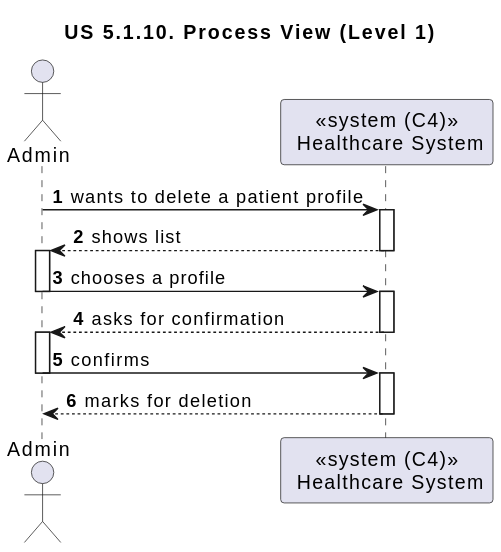
Above: docs/sprint-1/1220738/us-5.1.10/Diagrams/Views/process-view-level-1.svg in rita-barbosa/LAPR5-2425 (PlantUML), before the change. Source of this version:
```plantuml
@startuml
title "US 5.1.10. Process View (Level 1)"



title "US 5.1.10. Process View (Level 1)"

autonumber

actor Admin
participant "<<system (C4)>>\n Healthcare System" as SYS

Admin -> SYS : wants to delete a patient profile
activate SYS

SYS --> Admin : shows list
deactivate SYS
activate Admin

Admin -> SYS : chooses a profile
deactivate Admin
activate SYS

SYS --> Admin : asks for confirmation
deactivate SYS
activate Admin

Admin -> SYS : confirms
deactivate Admin
activate SYS

SYS --> Admin : marks for deletion
deactivate SYS
@enduml
```
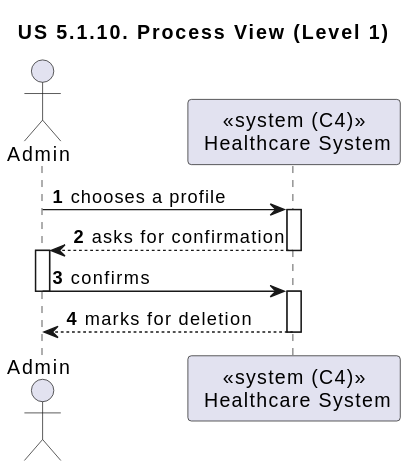
After the change.

What changed in the source:
```diff
@@ -9,13 +9,6 @@
 
 actor Admin
 participant "<<system (C4)>>\n Healthcare System" as SYS
-
-Admin -> SYS : wants to delete a patient profile
-activate SYS
-
-SYS --> Admin : shows list
-deactivate SYS
-activate Admin
 
 Admin -> SYS : chooses a profile
 deactivate Admin
```
